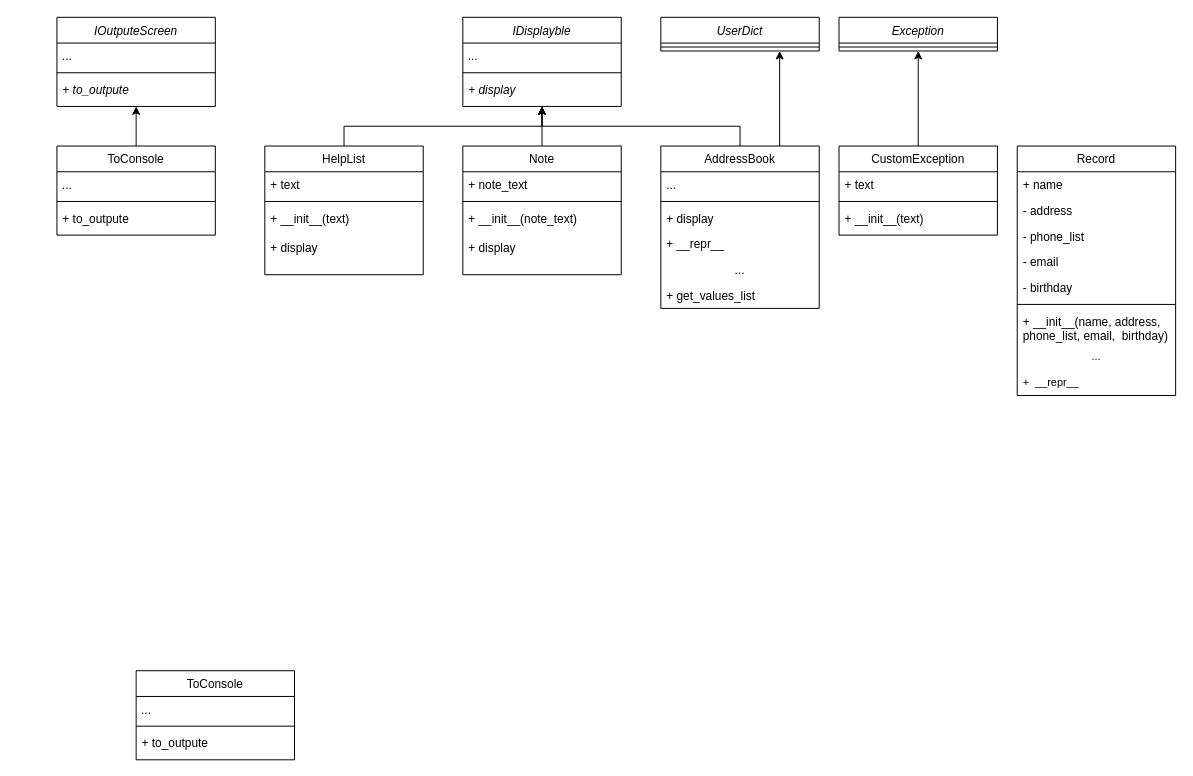
Earlier version of the draw.io diagram web_1_mod_2/Untitled Diagram.drawio (AntonSilS/goit_python). Source tidied: cells renumbered, new cells numbered last; positions are measured from the earlier drawing's top-left corner, leaving out a move shared by most shapes. Both pictures are drawn from the tidied source at 99%, with x=0, y=0 at pixel (56, 17).
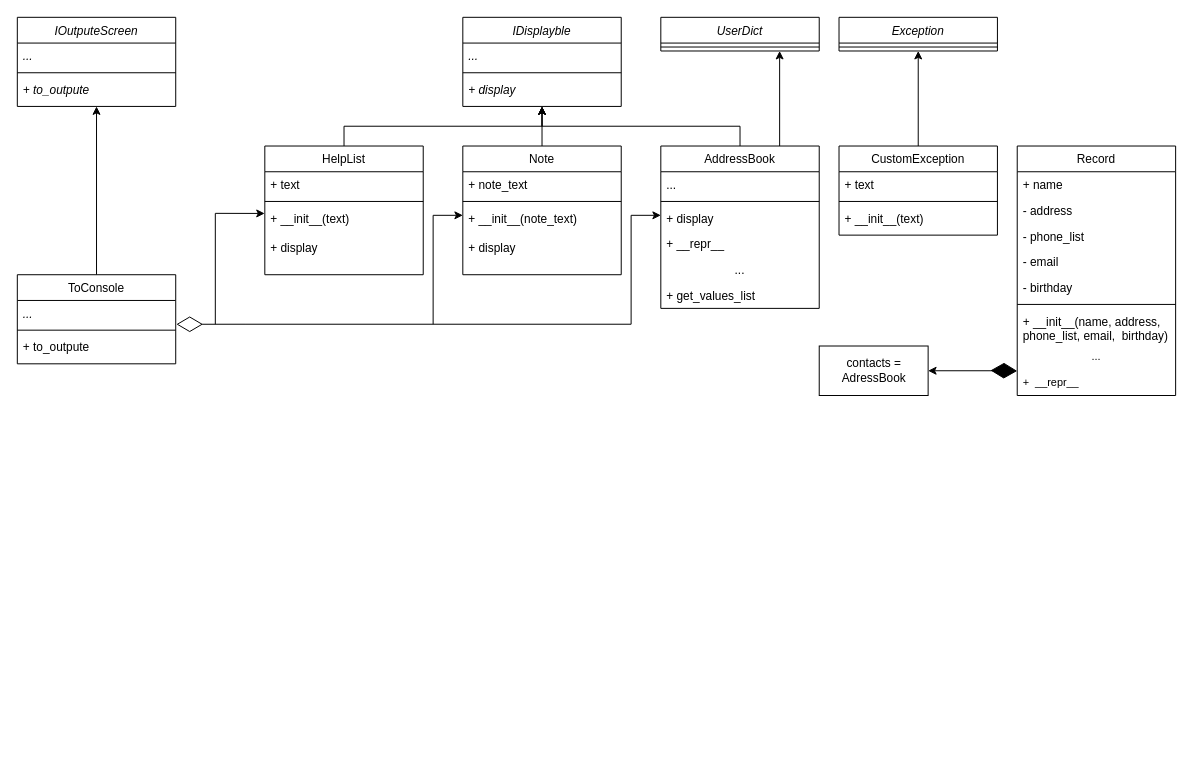
Above is the later version.

Unchanged cells that the change refers to:
```xml
<mxCell id="23" value="..." style="text;align=left;verticalAlign=top;spacingLeft=4;spacingRight=4;overflow=hidden;points=[[0,0.5],[1,0.5]];portConstraint=eastwest;fontStyle=2;" parent="22" vertex="1">
  <mxGeometry y="26" width="160" height="26" as="geometry" />
</mxCell>
<mxCell id="34" value="+ __init__(text)" style="text;align=left;verticalAlign=top;spacingLeft=4;spacingRight=4;overflow=hidden;points=[[0,0.5],[1,0.5]];portConstraint=eastwest;" parent="31" vertex="1">
  <mxGeometry y="60" width="160" height="30" as="geometry" />
</mxCell>
```

Diff of the diagram source:
```diff
@@
     <mxCell id="11" value="IOutputeScreen" style="swimlane;fontStyle=2;align=center;verticalAlign=top;horizontal=1;startSize=26;rounded=0;shadow=0;strokeWidth=1;" parent="1" vertex="1">
-      <mxGeometry width="160" height="90" as="geometry" />
+      <mxGeometry x="-40" width="160" height="90" as="geometry" />
     </mxCell>
@@
     <mxCell id="22" value="ToConsole" style="swimlane;fontStyle=0;align=center;verticalAlign=top;horizontal=1;startSize=26;rounded=0;shadow=0;strokeWidth=1;" parent="1" vertex="1">
-      <mxGeometry y="130" width="160" height="90" as="geometry" />
+      <mxGeometry x="-40" y="260" width="160" height="90" as="geometry" />
     </mxCell>
@@
-    <mxCell id="46" value="ToConsole" style="swimlane;fontStyle=0;align=center;verticalAlign=top;horizontal=1;startSize=26;rounded=0;shadow=0;strokeWidth=1;" parent="1" vertex="1">
-      <mxGeometry x="80" y="660" width="160" height="90" as="geometry" />
-    </mxCell>
-    <mxCell id="47" value="..." style="text;align=left;verticalAlign=top;spacingLeft=4;spacingRight=4;overflow=hidden;fontStyle=2;" parent="46" vertex="1">
-      <mxGeometry y="26" width="160" height="26" as="geometry" />
-    </mxCell>
-    <mxCell id="48" style="line;html=1;strokeWidth=1;align=left;verticalAlign=middle;spacingTop=-1;spacingLeft=3;spacingRight=3;labelPosition=right;" parent="46" vertex="1">
-      <mxGeometry y="52" width="160" height="8" as="geometry" />
-    </mxCell>
-    <mxCell id="49" value="+ to_outpute" style="text;align=left;verticalAlign=top;spacingLeft=4;spacingRight=4;overflow=hidden;fontStyle=0;" parent="46" vertex="1">
-      <mxGeometry y="60" width="160" height="26" as="geometry" />
-    </mxCell>
@@
+    <mxCell id="59" style="endArrow=diamondThin;endFill=0;endSize=24;html=1;rounded=0;fontSize=11;entryX=1.004;entryY=0.925;entryDx=0;entryDy=0;entryPerimeter=0;" parent="1" edge="1" target="23">
+      <mxGeometry relative="1" as="geometry">
+        <mxPoint x="580" y="310" as="sourcePoint" />
+        <Array as="points">
+          <mxPoint x="190" y="310" />
+        </Array>
+      </mxGeometry>
+    </mxCell>
+    <mxCell id="60" style="endArrow=classic;html=1;rounded=0;fontSize=11;entryX=-0.001;entryY=0.27;entryDx=0;entryDy=0;entryPerimeter=0;" parent="1" edge="1" target="34">
+      <mxGeometry relative="1" as="geometry">
+        <mxPoint x="160" y="310" as="sourcePoint" />
+        <Array as="points">
+          <mxPoint x="160" y="198" />
+        </Array>
+      </mxGeometry>
+    </mxCell>
+    <mxCell id="61" style="endArrow=classic;html=1;rounded=0;fontSize=11;" parent="1" edge="1">
+      <mxGeometry relative="1" as="geometry">
+        <mxPoint x="380" y="310" as="sourcePoint" />
+        <mxPoint x="410" y="200" as="targetPoint" />
+        <Array as="points">
+          <mxPoint x="380" y="200" />
+        </Array>
+      </mxGeometry>
+    </mxCell>
+    <mxCell id="62" style="endArrow=classic;html=1;rounded=0;fontSize=11;" parent="1" edge="1">
+      <mxGeometry relative="1" as="geometry">
+        <mxPoint x="580" y="310" as="sourcePoint" />
+        <mxPoint x="610" y="200" as="targetPoint" />
+        <Array as="points">
+          <mxPoint x="580" y="200" />
+        </Array>
+      </mxGeometry>
+    </mxCell>
+    <mxCell id="63" value="&lt;font style=&quot;font-size: 12px;&quot;&gt;contacts = &lt;br&gt;AdressBook&lt;/font&gt;" style="html=1;fontSize=11;" parent="1" vertex="1">
+      <mxGeometry x="770" y="332" width="110" height="50" as="geometry" />
+    </mxCell>
+    <mxCell id="64" style="endArrow=diamondThin;endFill=1;endSize=24;html=1;rounded=0;fontSize=12;" parent="1" edge="1">
+      <mxGeometry relative="1" as="geometry">
+        <mxPoint x="950" y="356.8" as="sourcePoint" />
+        <mxPoint x="970" y="357.2" as="targetPoint" />
+      </mxGeometry>
+    </mxCell>
+    <mxCell id="65" style="edgeStyle=none;rounded=0;jettySize=auto;html=1;fontSize=12;entryX=1;entryY=0.5;entryDx=0;entryDy=0;" parent="1" edge="1" target="63">
+      <mxGeometry relative="1" as="geometry">
+        <mxPoint x="950" y="357" as="sourcePoint" />
+      </mxGeometry>
+    </mxCell>
```
